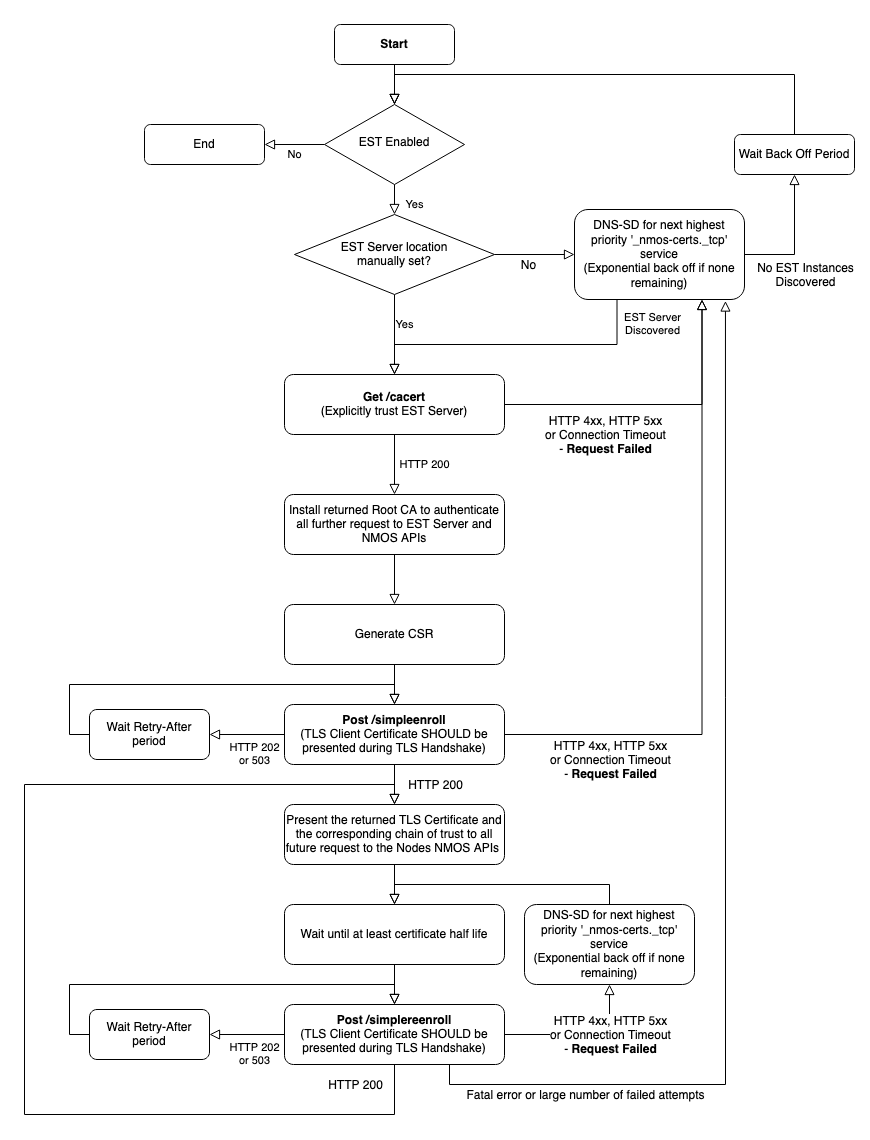
The draw.io diagram docs/images/nmos_est_workflow.png in AMWA-TV/bcp-003-03, before a commit. Source tidied: cells renumbered, new cells last; positions are measured from the earlier drawing's top-left corner, leaving out a move shared by most shapes. Its diagram source:
```xml
<mxGraphModel>
  <root>
    <mxCell id="0" />
    <mxCell id="1" parent="0" />
    <mxCell id="2" style="rounded=0;html=1;jettySize=auto;fontSize=11;endArrow=block;endFill=0;endSize=8;strokeWidth=1;shadow=0;labelBackgroundColor=none;edgeStyle=orthogonalEdgeStyle;" parent="1" edge="1" source="49" target="5">
      <mxGeometry relative="1" as="geometry" />
    </mxCell>
    <mxCell id="3" value="HTTP 200" style="rounded=0;html=1;jettySize=auto;fontSize=11;endArrow=block;endFill=0;endSize=8;strokeWidth=1;shadow=0;labelBackgroundColor=none;edgeStyle=orthogonalEdgeStyle;entryX=0.5;entryY=0;entryDx=0;entryDy=0;" parent="1" edge="1" source="7" target="21">
      <mxGeometry y="30" relative="1" as="geometry" />
    </mxCell>
    <mxCell id="4" value="No" style="edgeStyle=orthogonalEdgeStyle;rounded=0;html=1;jettySize=auto;fontSize=11;endArrow=block;endFill=0;endSize=8;strokeWidth=1;shadow=0;labelBackgroundColor=none;" parent="1" edge="1" source="5" target="6">
      <mxGeometry y="10" relative="1" as="geometry" />
    </mxCell>
    <mxCell id="5" value="EST Enabled" style="rhombus;whiteSpace=wrap;html=1;shadow=0;fontFamily=Helvetica;fontSize=12;align=center;strokeWidth=1;spacing=6;spacingTop=-4;" parent="1" vertex="1">
      <mxGeometry x="300" y="80" width="140" height="80" as="geometry" />
    </mxCell>
    <mxCell id="6" value="End" style="rounded=1;whiteSpace=wrap;html=1;fontSize=12;glass=0;strokeWidth=1;shadow=0;" parent="1" vertex="1">
      <mxGeometry x="120" y="100" width="120" height="40" as="geometry" />
    </mxCell>
    <mxCell id="7" value="&lt;div&gt;&lt;b&gt;Get /cacert&lt;/b&gt;&lt;/div&gt;&lt;div&gt;(Explicitly trust EST Server)&lt;br&gt;&lt;/div&gt;" style="rounded=1;whiteSpace=wrap;html=1;" parent="1" vertex="1">
      <mxGeometry x="260" y="350" width="220" height="60" as="geometry" />
    </mxCell>
    <mxCell id="8" value="Yes" style="rounded=0;html=1;jettySize=auto;fontSize=11;endArrow=block;endFill=0;endSize=8;strokeWidth=1;shadow=0;labelBackgroundColor=none;edgeStyle=orthogonalEdgeStyle;exitX=0.5;exitY=1;exitDx=0;exitDy=0;" parent="1" edge="1" source="9" target="7">
      <mxGeometry x="-0.25" y="10" relative="1" as="geometry" />
    </mxCell>
    <mxCell id="9" value="&lt;div&gt;EST Server location&lt;/div&gt;&lt;div&gt;manually set?&lt;/div&gt;" style="rhombus;whiteSpace=wrap;html=1;" parent="1" vertex="1">
      <mxGeometry x="270" y="190" width="200" height="80" as="geometry" />
    </mxCell>
    <mxCell id="10" value="Yes" style="rounded=0;html=1;jettySize=auto;fontSize=11;endArrow=block;endFill=0;endSize=8;strokeWidth=1;shadow=0;labelBackgroundColor=none;edgeStyle=orthogonalEdgeStyle;exitX=0.5;exitY=1;exitDx=0;exitDy=0;" parent="1" edge="1" source="5">
      <mxGeometry x="0.33" y="20" relative="1" as="geometry">
        <mxPoint x="370" y="190" as="targetPoint" />
      </mxGeometry>
    </mxCell>
    <mxCell id="11" value="&lt;div&gt;DNS-SD for next highest priority '_nmos-certs._tcp' service&lt;/div&gt;&lt;div&gt;(Exponential back off if none remaining)&lt;br&gt;&lt;/div&gt;" style="rounded=1;whiteSpace=wrap;html=1;" parent="1" vertex="1">
      <mxGeometry x="550" y="185" width="170" height="90" as="geometry" />
    </mxCell>
    <mxCell id="12" style="rounded=0;html=1;jettySize=auto;fontSize=11;endArrow=block;endFill=0;endSize=8;strokeWidth=1;shadow=0;labelBackgroundColor=none;edgeStyle=orthogonalEdgeStyle;entryX=0;entryY=0.5;entryDx=0;entryDy=0;exitX=1;exitY=0.5;exitDx=0;exitDy=0;" parent="1" edge="1" source="9" target="11">
      <mxGeometry relative="1" as="geometry" />
    </mxCell>
    <mxCell id="13" value="No" style="text;html=1;align=center;verticalAlign=middle;labelBackgroundColor=#ffffff;" parent="12" vertex="1">
      <mxGeometry x="-0.17" y="-2" relative="1" as="geometry">
        <mxPoint y="8" as="offset" />
      </mxGeometry>
    </mxCell>
    <mxCell id="14" value="Wait Back Off Period" style="rounded=1;whiteSpace=wrap;html=1;fontSize=12;glass=0;strokeWidth=1;shadow=0;" parent="1" vertex="1">
      <mxGeometry x="710" y="110" width="120" height="40" as="geometry" />
    </mxCell>
    <mxCell id="15" style="rounded=0;html=1;jettySize=auto;fontSize=11;endArrow=block;endFill=0;endSize=8;strokeWidth=1;shadow=0;labelBackgroundColor=none;edgeStyle=orthogonalEdgeStyle;entryX=0.5;entryY=1;entryDx=0;entryDy=0;exitX=1;exitY=0.5;exitDx=0;exitDy=0;" parent="1" edge="1" source="11" target="14">
      <mxGeometry relative="1" as="geometry" />
    </mxCell>
    <mxCell id="16" value="&lt;div&gt;No EST Instances &lt;br&gt;&lt;/div&gt;&lt;div&gt;Discovered&lt;/div&gt;" style="text;html=1;align=center;verticalAlign=middle;labelBackgroundColor=#ffffff;" parent="15" vertex="1">
      <mxGeometry x="-0.17" y="-2" relative="1" as="geometry">
        <mxPoint x="8" y="24" as="offset" />
      </mxGeometry>
    </mxCell>
    <mxCell id="17" style="rounded=0;html=1;jettySize=auto;fontSize=11;endArrow=block;endFill=0;endSize=8;strokeWidth=1;shadow=0;labelBackgroundColor=none;edgeStyle=orthogonalEdgeStyle;entryX=0.5;entryY=0;entryDx=0;entryDy=0;exitX=0.5;exitY=0;exitDx=0;exitDy=0;" parent="1" edge="1" source="49" target="5">
      <mxGeometry relative="1" as="geometry">
        <Array as="points">
          <mxPoint x="370" y="20" />
        </Array>
      </mxGeometry>
    </mxCell>
    <mxCell id="18" value="&lt;div&gt;EST Server&lt;/div&gt;&lt;div&gt;Discovered&lt;/div&gt;" style="rounded=0;html=1;jettySize=auto;fontSize=11;endArrow=block;endFill=0;endSize=8;strokeWidth=1;shadow=0;labelBackgroundColor=none;edgeStyle=orthogonalEdgeStyle;exitX=0.25;exitY=1;exitDx=0;exitDy=0;" parent="1" edge="1" source="11">
      <mxGeometry x="-0.83" y="35" relative="1" as="geometry">
        <mxPoint x="370" y="350" as="targetPoint" />
        <Array as="points">
          <mxPoint x="593" y="320" />
          <mxPoint x="370" y="320" />
        </Array>
      </mxGeometry>
    </mxCell>
    <mxCell id="19" style="rounded=0;html=1;jettySize=auto;fontSize=11;endArrow=block;endFill=0;endSize=8;strokeWidth=1;shadow=0;labelBackgroundColor=none;edgeStyle=orthogonalEdgeStyle;entryX=0.75;entryY=1;entryDx=0;entryDy=0;exitX=1;exitY=0.5;exitDx=0;exitDy=0;" parent="1" edge="1" source="7" target="11">
      <mxGeometry relative="1" as="geometry" />
    </mxCell>
    <mxCell id="20" value="&lt;div&gt;HTTP 4xx, HTTP 5xx&lt;/div&gt;&lt;div&gt;or Connection Timeout&lt;/div&gt;&lt;div&gt;- &lt;b&gt;Request Failed&lt;/b&gt;&lt;/div&gt;" style="text;html=1;align=center;verticalAlign=middle;labelBackgroundColor=#ffffff;" parent="19" vertex="1">
      <mxGeometry x="-0.17" y="-2" relative="1" as="geometry">
        <mxPoint x="-25" y="28" as="offset" />
      </mxGeometry>
    </mxCell>
    <mxCell id="21" value="Install returned Root CA to authenticate all further request to EST Server and NMOS APIs" style="rounded=1;whiteSpace=wrap;html=1;" parent="1" vertex="1">
      <mxGeometry x="260" y="470" width="220" height="60" as="geometry" />
    </mxCell>
    <mxCell id="22" value="&lt;div&gt;&lt;b&gt;Post /simpleenroll&lt;/b&gt;&lt;/div&gt;&lt;div&gt;(TLS Client Certificate SHOULD be presented during TLS Handshake)&lt;br&gt;&lt;/div&gt;" style="rounded=1;whiteSpace=wrap;html=1;" parent="1" vertex="1">
      <mxGeometry x="260" y="680" width="220" height="60" as="geometry" />
    </mxCell>
    <mxCell id="23" style="rounded=0;html=1;jettySize=auto;fontSize=11;endArrow=block;endFill=0;endSize=8;strokeWidth=1;shadow=0;labelBackgroundColor=none;edgeStyle=orthogonalEdgeStyle;exitX=0.5;exitY=1;exitDx=0;exitDy=0;entryX=0.5;entryY=0;entryDx=0;entryDy=0;" parent="1" edge="1" source="21" target="24">
      <mxGeometry x="0.33" y="20" relative="1" as="geometry" />
    </mxCell>
    <mxCell id="24" value="Generate CSR" style="rounded=1;whiteSpace=wrap;html=1;" parent="1" vertex="1">
      <mxGeometry x="260" y="580" width="220" height="60" as="geometry" />
    </mxCell>
    <mxCell id="25" style="rounded=0;html=1;jettySize=auto;fontSize=11;endArrow=block;endFill=0;endSize=8;strokeWidth=1;shadow=0;labelBackgroundColor=none;edgeStyle=orthogonalEdgeStyle;exitX=0.5;exitY=1;exitDx=0;exitDy=0;entryX=0.5;entryY=0;entryDx=0;entryDy=0;" parent="1" edge="1" source="24" target="22">
      <mxGeometry x="0.33" y="20" relative="1" as="geometry" />
    </mxCell>
    <mxCell id="26" value="Wait Retry-After period" style="rounded=1;whiteSpace=wrap;html=1;" parent="1" vertex="1">
      <mxGeometry x="65" y="685" width="120" height="50" as="geometry" />
    </mxCell>
    <mxCell id="27" value="&lt;div&gt;HTTP 202&lt;/div&gt;&lt;div&gt;or 503&lt;br&gt;&lt;/div&gt;" style="rounded=0;html=1;jettySize=auto;fontSize=11;endArrow=block;endFill=0;endSize=8;strokeWidth=1;shadow=0;labelBackgroundColor=none;edgeStyle=orthogonalEdgeStyle;entryX=1;entryY=0.5;entryDx=0;entryDy=0;exitX=0;exitY=0.5;exitDx=0;exitDy=0;" parent="1" edge="1" source="22" target="26">
      <mxGeometry x="-0.2" y="20" relative="1" as="geometry" />
    </mxCell>
    <mxCell id="28" style="rounded=0;html=1;jettySize=auto;fontSize=11;endArrow=block;endFill=0;endSize=8;strokeWidth=1;shadow=0;labelBackgroundColor=none;edgeStyle=orthogonalEdgeStyle;exitX=0;exitY=0.5;exitDx=0;exitDy=0;entryX=0.5;entryY=0;entryDx=0;entryDy=0;" parent="1" edge="1" source="26" target="22">
      <mxGeometry x="0.33" y="20" relative="1" as="geometry" />
    </mxCell>
    <mxCell id="29" style="rounded=0;html=1;jettySize=auto;fontSize=11;endArrow=block;endFill=0;endSize=8;strokeWidth=1;shadow=0;labelBackgroundColor=none;edgeStyle=orthogonalEdgeStyle;exitX=1;exitY=0.5;exitDx=0;exitDy=0;entryX=0.75;entryY=1;entryDx=0;entryDy=0;" parent="1" edge="1" source="22" target="11">
      <mxGeometry relative="1" as="geometry" />
    </mxCell>
    <mxCell id="30" value="&lt;div&gt;HTTP 4xx, HTTP 5xx&lt;/div&gt;&lt;div&gt;or Connection Timeout&lt;/div&gt;&lt;div&gt;- &lt;b&gt;Request Failed&lt;/b&gt;&lt;/div&gt;" style="text;html=1;align=center;verticalAlign=middle;labelBackgroundColor=#ffffff;" parent="29" vertex="1">
      <mxGeometry x="-0.17" y="-2" relative="1" as="geometry">
        <mxPoint x="-94.5" y="88.5" as="offset" />
      </mxGeometry>
    </mxCell>
    <mxCell id="31" value="Present the returned TLS Certificate and the corresponding chain of trust to all future request to the Nodes NMOS APIs&amp;nbsp; " style="rounded=1;whiteSpace=wrap;html=1;" parent="1" vertex="1">
      <mxGeometry x="260" y="780" width="220" height="60" as="geometry" />
    </mxCell>
    <mxCell id="32" style="rounded=0;html=1;jettySize=auto;fontSize=11;endArrow=block;endFill=0;endSize=8;strokeWidth=1;shadow=0;labelBackgroundColor=none;edgeStyle=orthogonalEdgeStyle;exitX=0.5;exitY=1;exitDx=0;exitDy=0;entryX=0.5;entryY=0;entryDx=0;entryDy=0;" parent="1" edge="1" source="22" target="31">
      <mxGeometry x="0.33" y="20" relative="1" as="geometry" />
    </mxCell>
    <mxCell id="33" value="HTTP 200" style="text;html=1;align=center;verticalAlign=middle;labelBackgroundColor=#ffffff;" parent="32" vertex="1">
      <mxGeometry x="-0.4" y="3" relative="1" as="geometry">
        <mxPoint x="37" y="8" as="offset" />
      </mxGeometry>
    </mxCell>
    <mxCell id="34" value="Wait until at least certificate half life" style="rounded=1;whiteSpace=wrap;html=1;" parent="1" vertex="1">
      <mxGeometry x="260" y="880" width="220" height="60" as="geometry" />
    </mxCell>
    <mxCell id="35" style="rounded=0;html=1;jettySize=auto;fontSize=11;endArrow=block;endFill=0;endSize=8;strokeWidth=1;shadow=0;labelBackgroundColor=none;edgeStyle=orthogonalEdgeStyle;exitX=0.5;exitY=1;exitDx=0;exitDy=0;entryX=0.5;entryY=0;entryDx=0;entryDy=0;" parent="1" edge="1" source="31" target="34">
      <mxGeometry x="0.33" y="20" relative="1" as="geometry" />
    </mxCell>
    <mxCell id="36" value="&lt;div&gt;&lt;b&gt;Post /simplereenroll&lt;/b&gt;&lt;/div&gt;&lt;div&gt;(TLS Client Certificate SHOULD be presented during TLS Handshake)&lt;br&gt;&lt;/div&gt;" style="rounded=1;whiteSpace=wrap;html=1;" parent="1" vertex="1">
      <mxGeometry x="260" y="980" width="220" height="60" as="geometry" />
    </mxCell>
    <mxCell id="37" style="rounded=0;html=1;jettySize=auto;fontSize=11;endArrow=block;endFill=0;endSize=8;strokeWidth=1;shadow=0;labelBackgroundColor=none;edgeStyle=orthogonalEdgeStyle;exitX=0.5;exitY=1;exitDx=0;exitDy=0;entryX=0.5;entryY=0;entryDx=0;entryDy=0;" parent="1" edge="1" source="34" target="36">
      <mxGeometry x="0.33" y="20" relative="1" as="geometry" />
    </mxCell>
    <mxCell id="38" value="Wait Retry-After period" style="rounded=1;whiteSpace=wrap;html=1;" parent="1" vertex="1">
      <mxGeometry x="65" y="985" width="120" height="50" as="geometry" />
    </mxCell>
    <mxCell id="39" value="&lt;div&gt;HTTP 202&lt;/div&gt;&lt;div&gt;or 503&lt;br&gt;&lt;/div&gt;" style="rounded=0;html=1;jettySize=auto;fontSize=11;endArrow=block;endFill=0;endSize=8;strokeWidth=1;shadow=0;labelBackgroundColor=none;edgeStyle=orthogonalEdgeStyle;entryX=1;entryY=0.5;entryDx=0;entryDy=0;" parent="1" edge="1" source="36" target="38">
      <mxGeometry x="-0.2" y="20" relative="1" as="geometry" />
    </mxCell>
    <mxCell id="40" style="rounded=0;html=1;jettySize=auto;fontSize=11;endArrow=block;endFill=0;endSize=8;strokeWidth=1;shadow=0;labelBackgroundColor=none;edgeStyle=orthogonalEdgeStyle;exitX=0;exitY=0.5;exitDx=0;exitDy=0;entryX=0.5;entryY=0;entryDx=0;entryDy=0;" parent="1" edge="1" source="38" target="36">
      <mxGeometry x="0.33" y="20" relative="1" as="geometry" />
    </mxCell>
    <mxCell id="41" style="rounded=0;html=1;jettySize=auto;fontSize=11;endArrow=block;endFill=0;endSize=8;strokeWidth=1;shadow=0;labelBackgroundColor=none;edgeStyle=orthogonalEdgeStyle;exitX=0.5;exitY=0;exitDx=0;exitDy=0;" parent="1" edge="1" source="42">
      <mxGeometry x="0.33" y="20" relative="1" as="geometry">
        <mxPoint x="370" y="880" as="targetPoint" />
        <Array as="points">
          <mxPoint x="585" y="860" />
          <mxPoint x="370" y="860" />
        </Array>
      </mxGeometry>
    </mxCell>
    <mxCell id="42" value="&lt;div&gt;DNS-SD for next highest priority '_nmos-certs._tcp' service&lt;/div&gt;&lt;div&gt;(Exponential back off if none remaining)&lt;br&gt;&lt;/div&gt;" style="rounded=1;whiteSpace=wrap;html=1;" parent="1" vertex="1">
      <mxGeometry x="500" y="880" width="170" height="80" as="geometry" />
    </mxCell>
    <mxCell id="43" style="rounded=0;html=1;jettySize=auto;fontSize=11;endArrow=block;endFill=0;endSize=8;strokeWidth=1;shadow=0;labelBackgroundColor=none;edgeStyle=orthogonalEdgeStyle;exitX=1;exitY=0.5;exitDx=0;exitDy=0;entryX=0.5;entryY=1;entryDx=0;entryDy=0;" parent="1" edge="1" source="36" target="42">
      <mxGeometry x="0.33" y="20" relative="1" as="geometry">
        <Array as="points">
          <mxPoint x="585" y="1010" />
        </Array>
      </mxGeometry>
    </mxCell>
    <mxCell id="44" value="&lt;div&gt;HTTP 4xx, HTTP 5xx&lt;/div&gt;&lt;div&gt;or Connection Timeout&lt;/div&gt;&lt;div&gt;- &lt;b&gt;Request Failed&lt;/b&gt;&lt;/div&gt;" style="text;html=1;align=center;verticalAlign=middle;labelBackgroundColor=#ffffff;" parent="43" vertex="1">
      <mxGeometry x="-0.52" y="2" relative="1" as="geometry">
        <mxPoint x="68" y="2" as="offset" />
      </mxGeometry>
    </mxCell>
    <mxCell id="45" style="rounded=0;html=1;jettySize=auto;fontSize=11;endArrow=block;endFill=0;endSize=8;strokeWidth=1;shadow=0;labelBackgroundColor=none;edgeStyle=orthogonalEdgeStyle;exitX=0.5;exitY=1;exitDx=0;exitDy=0;entryX=0.5;entryY=0;entryDx=0;entryDy=0;" parent="1" edge="1" source="36" target="31">
      <mxGeometry x="0.33" y="20" relative="1" as="geometry">
        <Array as="points">
          <mxPoint x="370" y="1090" />
          <mxPoint y="1090" />
          <mxPoint y="760" />
          <mxPoint x="370" y="760" />
        </Array>
      </mxGeometry>
    </mxCell>
    <mxCell id="46" value="HTTP 200" style="text;html=1;align=center;verticalAlign=middle;labelBackgroundColor=#ffffff;" parent="45" vertex="1">
      <mxGeometry x="-0.95" relative="1" as="geometry">
        <mxPoint x="-40" y="-9" as="offset" />
      </mxGeometry>
    </mxCell>
    <mxCell id="47" style="rounded=0;html=1;jettySize=auto;fontSize=11;endArrow=block;endFill=0;endSize=8;strokeWidth=1;shadow=0;labelBackgroundColor=none;edgeStyle=orthogonalEdgeStyle;exitX=0.75;exitY=1;exitDx=0;exitDy=0;entryX=0.888;entryY=1.017;entryDx=0;entryDy=0;entryPerimeter=0;" parent="1" edge="1" source="36" target="11">
      <mxGeometry x="0.33" y="20" relative="1" as="geometry">
        <Array as="points">
          <mxPoint x="425" y="1060" />
          <mxPoint x="701" y="1060" />
        </Array>
      </mxGeometry>
    </mxCell>
    <mxCell id="48" value="Fatal error or large number of failed attempts" style="text;html=1;align=center;verticalAlign=middle;labelBackgroundColor=#ffffff;" parent="47" vertex="1">
      <mxGeometry x="-0.76" y="-1" relative="1" as="geometry">
        <mxPoint x="24" y="9" as="offset" />
      </mxGeometry>
    </mxCell>
    <mxCell id="49" value="&lt;b&gt;Start&lt;/b&gt;" style="rounded=1;whiteSpace=wrap;html=1;fontSize=12;glass=0;strokeWidth=1;shadow=0;" parent="1" vertex="1">
      <mxGeometry x="310" width="120" height="40" as="geometry" />
    </mxCell>
    <mxCell id="50" style="rounded=0;html=1;jettySize=auto;fontSize=11;endArrow=block;endFill=0;endSize=8;strokeWidth=1;shadow=0;labelBackgroundColor=none;edgeStyle=orthogonalEdgeStyle;exitX=0.5;exitY=0;exitDx=0;exitDy=0;" parent="1" edge="1" source="14">
      <mxGeometry relative="1" as="geometry">
        <mxPoint x="370" y="80" as="targetPoint" />
        <Array as="points">
          <mxPoint x="770" y="50" />
          <mxPoint x="370" y="50" />
        </Array>
      </mxGeometry>
    </mxCell>
  </root>
</mxGraphModel>
```
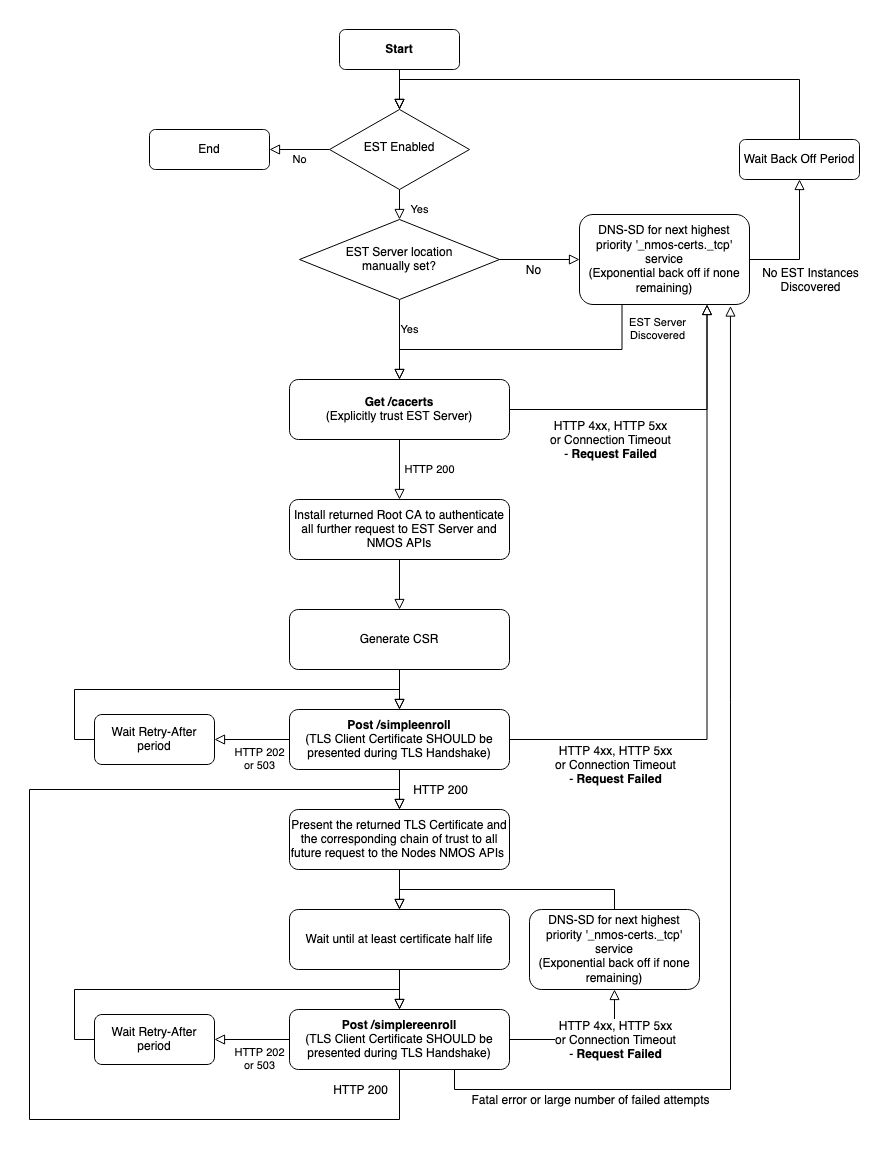
After the change.

Commit message:
Fix error in flow diagram, missing 's' in /cacerts

Diff of the diagram source:
```diff
@@ -17,7 +17,7 @@
     <mxCell id="6" value="End" style="rounded=1;whiteSpace=wrap;html=1;fontSize=12;glass=0;strokeWidth=1;shadow=0;" parent="1" vertex="1">
       <mxGeometry x="120" y="100" width="120" height="40" as="geometry" />
     </mxCell>
-    <mxCell id="7" value="&lt;div&gt;&lt;b&gt;Get /cacert&lt;/b&gt;&lt;/div&gt;&lt;div&gt;(Explicitly trust EST Server)&lt;br&gt;&lt;/div&gt;" style="rounded=1;whiteSpace=wrap;html=1;" parent="1" vertex="1">
+    <mxCell id="7" value="&lt;div&gt;&lt;b&gt;Get /cacerts&lt;/b&gt;&lt;/div&gt;&lt;div&gt;(Explicitly trust EST Server)&lt;br&gt;&lt;/div&gt;" style="rounded=1;whiteSpace=wrap;html=1;" parent="1" vertex="1">
       <mxGeometry x="260" y="350" width="220" height="60" as="geometry" />
     </mxCell>
     <mxCell id="8" value="Yes" style="rounded=0;html=1;jettySize=auto;fontSize=11;endArrow=block;endFill=0;endSize=8;strokeWidth=1;shadow=0;labelBackgroundColor=none;edgeStyle=orthogonalEdgeStyle;exitX=0.5;exitY=1;exitDx=0;exitDy=0;" parent="1" edge="1" source="9" target="7">
```
